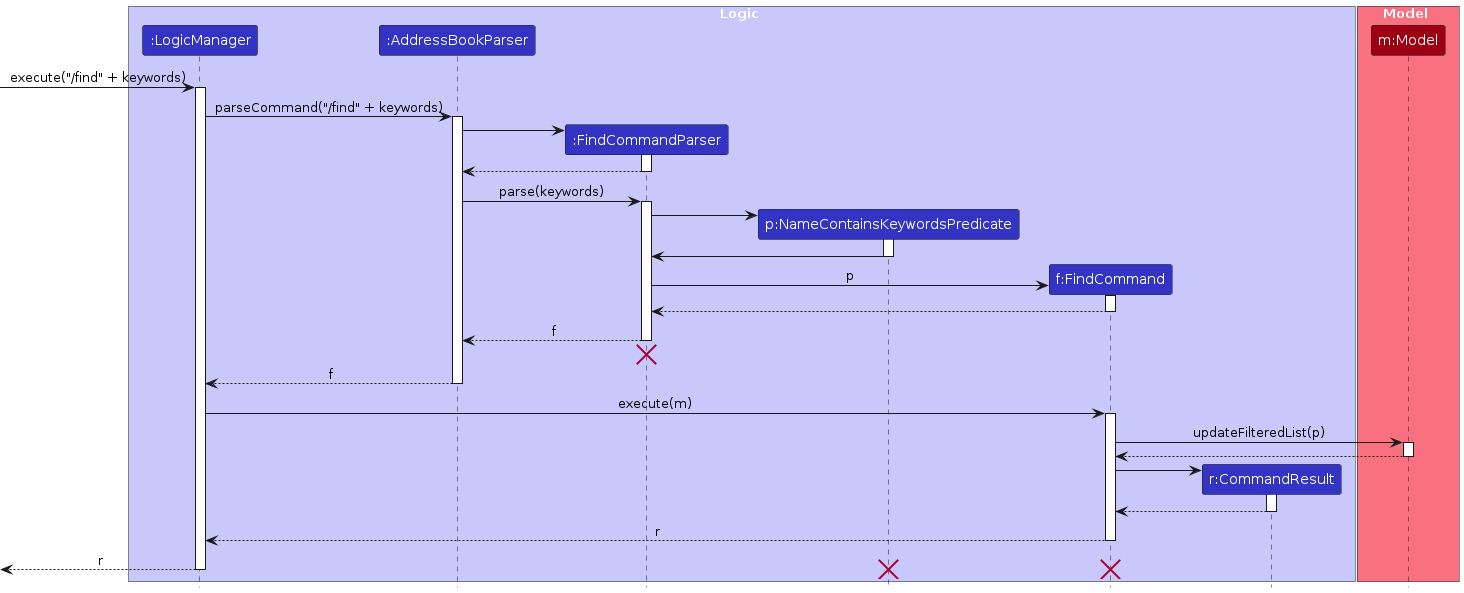
The PlantUML diagram diagrams/FindSequenceDiagram.png in snowstopxt/tp, before a commit. Its source is kept beside it as diagrams/FindSequenceDiagram.puml. Its diagram source:
```plantuml
@startuml
!include style.puml
skinparam ArrowFontStyle plain

box Logic LOGIC_COLOR_T1
participant ":LogicManager" as LogicManager LOGIC_COLOR
participant ":AddressBookParser" as AddressBookParser LOGIC_COLOR
participant ":FindCommandParser" as FindCommandParser LOGIC_COLOR
participant "p:NameContainsKeywordsPredicate" as NameContainsKeywordsPredicate LOGIC_COLOR
participant "f:FindCommand" as FindCommand LOGIC_COLOR
participant "r:CommandResult" as CommandResult LOGIC_COLOR
end box

box Model MODEL_COLOR_T1
participant "m:Model" as Model MODEL_COLOR
end box

[-> LogicManager : execute("/find" + keywords)
activate LogicManager

LogicManager -> AddressBookParser : parseCommand("/find" + keywords)
activate AddressBookParser

create FindCommandParser
AddressBookParser -> FindCommandParser
activate FindCommandParser

FindCommandParser --> AddressBookParser
deactivate FindCommandParser

AddressBookParser -> FindCommandParser : parse(keywords)
activate FindCommandParser

create NameContainsKeywordsPredicate
FindCommandParser -> NameContainsKeywordsPredicate :
activate NameContainsKeywordsPredicate

NameContainsKeywordsPredicate -> FindCommandParser
deactivate NameContainsKeywordsPredicate

create FindCommand
FindCommandParser -> FindCommand : p
activate FindCommand

FindCommand --> FindCommandParser :
deactivate FindCommand

FindCommandParser --> AddressBookParser : f
deactivate FindCommandParser

FindCommandParser -[hidden]-> AddressBookParser
destroy FindCommandParser

AddressBookParser --> LogicManager : f
deactivate AddressBookParser

LogicManager -> FindCommand : execute(m)
activate FindCommand

FindCommand -> Model : updateFilteredList(p)
activate Model

Model --> FindCommand
deactivate Model

create CommandResult
FindCommand -> CommandResult
activate CommandResult

CommandResult --> FindCommand
deactivate CommandResult

FindCommand --> LogicManager : r
deactivate FindCommand

[<--LogicManager : r
deactivate LogicManager
destroy FindCommand
destroy NameContainsKeywordsPredicate

@enduml
```
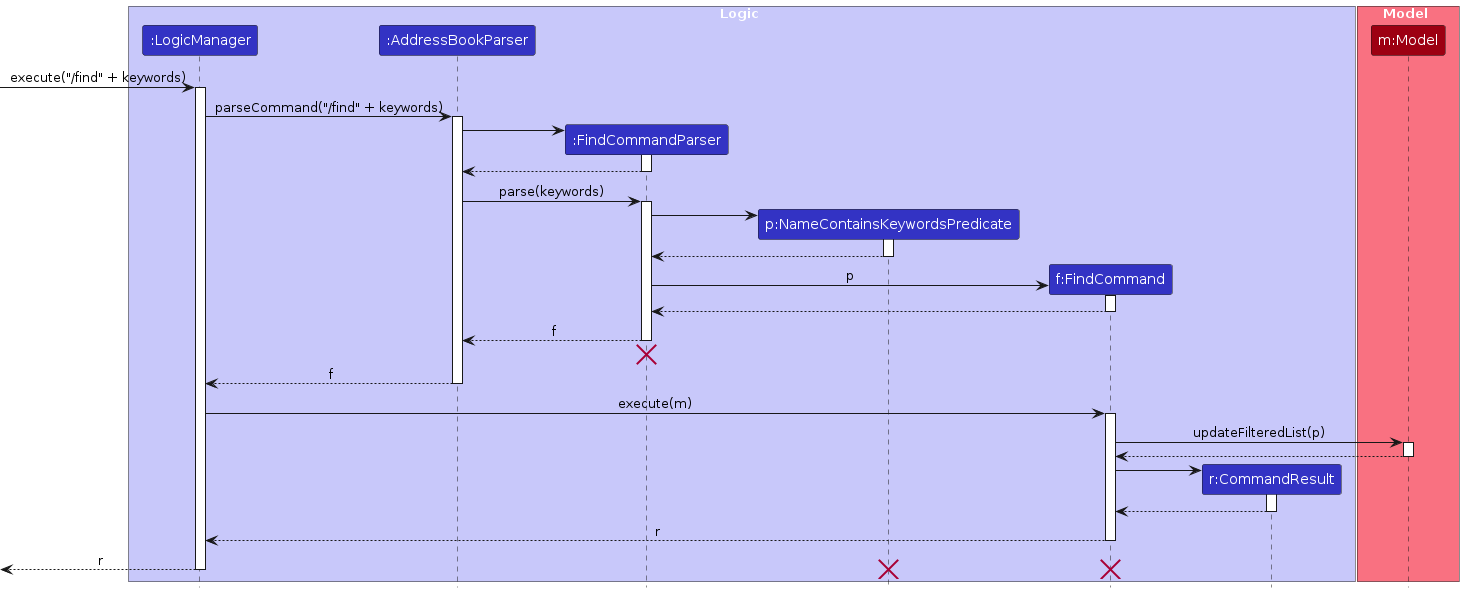
Above is the later version.

Diff of the diagram source:
```diff
@@ -35,7 +35,7 @@
 FindCommandParser -> NameContainsKeywordsPredicate :
 activate NameContainsKeywordsPredicate
 
-NameContainsKeywordsPredicate -> FindCommandParser
+NameContainsKeywordsPredicate --> FindCommandParser
 deactivate NameContainsKeywordsPredicate
 
 create FindCommand
```
